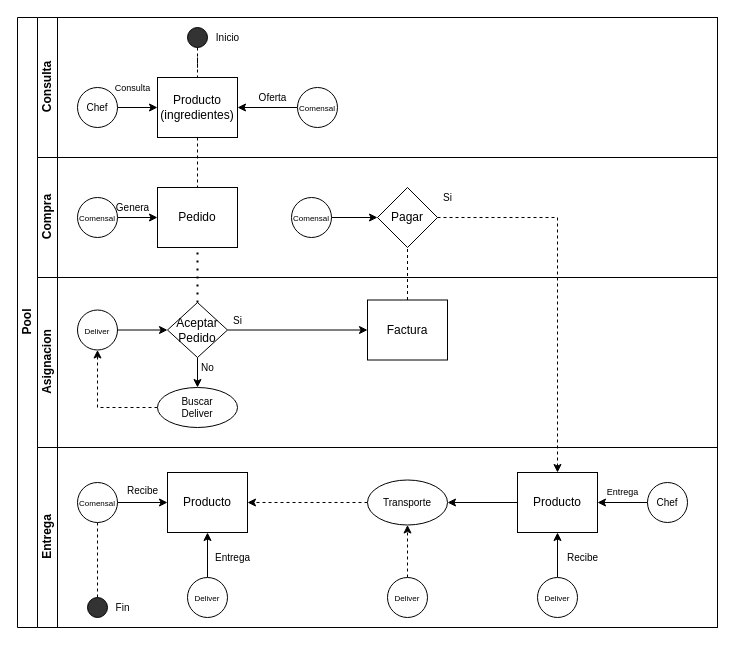
McClauss/SQLCoder keeps this draw.io diagram as Modelo de Negocio.drawio. Above is the earlier version. Source tidied: cells renumbered, new cells numbered last; positions are measured from the earlier drawing's top-left corner, leaving out a move shared by most shapes. Both pictures are drawn from the tidied source at 100%, with x=0, y=0 at pixel (17, 17).
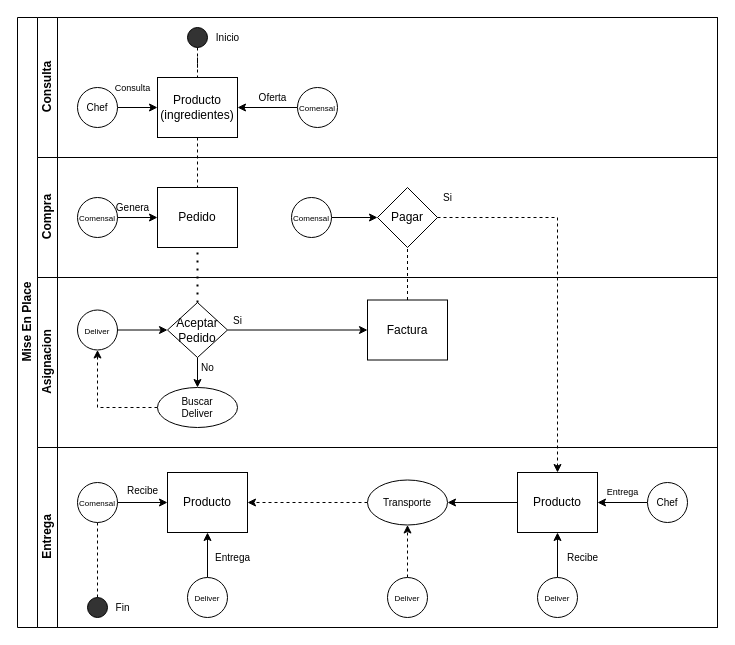
Above is the later version.

Commit message:
Se actualiza Título Principal del Diagrama

Diff of the diagram source:
```diff
@@
-    <mxCell id="2" value="Pool" style="swimlane;html=1;horizontal=0;startSize=20;" parent="1" vertex="1">
+    <mxCell id="2" value="Mise En Place" style="swimlane;html=1;horizontal=0;startSize=20;" parent="1" vertex="1">
       <mxGeometry width="700" height="610" as="geometry" />
     </mxCell>
```
